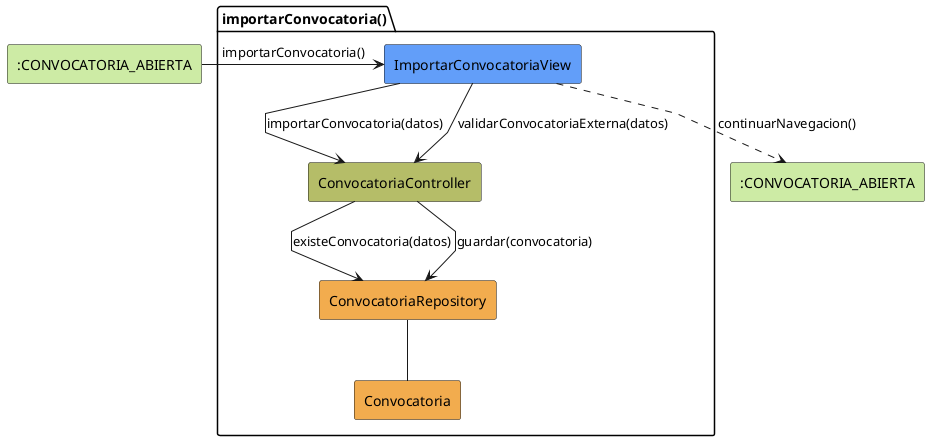
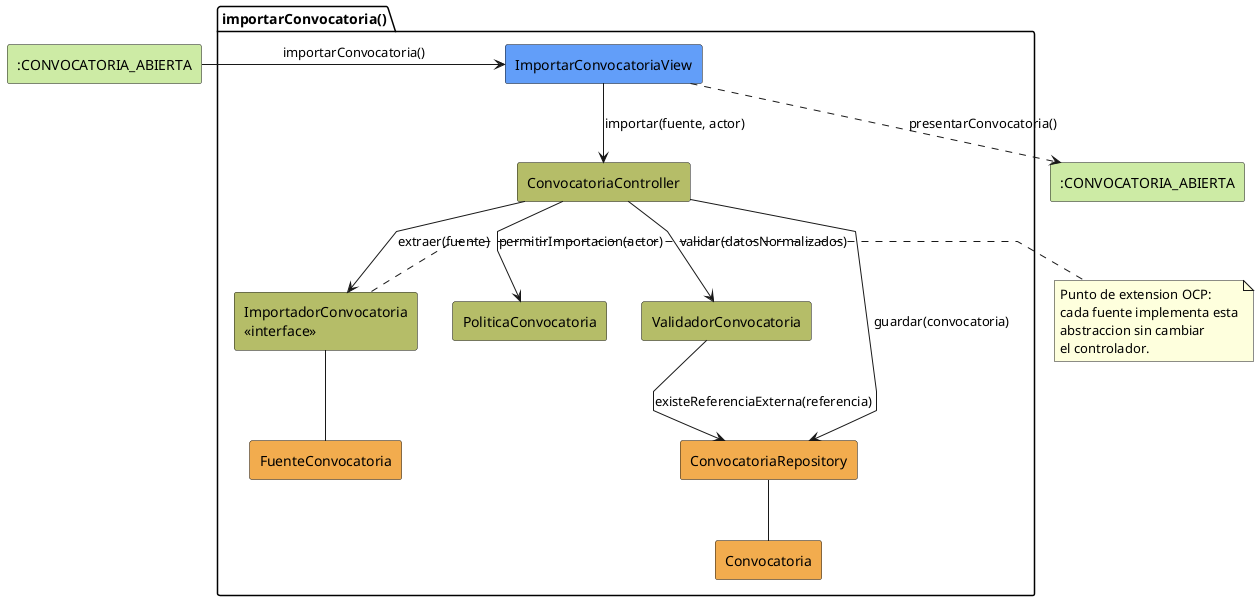
@startuml importarConvocatoria-analisis
skinparam linetype polyline

- rectangle #CDEBA5 ":CONVOCATORIA_ABIERTA" as EstadoEntrada
+ rectangle #CDEBA5 ":CONVOCATORIA_ABIERTA" as Entrada
package importarConvocatoria as "importarConvocatoria()" {
    rectangle #629EF9 ImportarConvocatoriaView
    rectangle #b5bd68 ConvocatoriaController
+     rectangle #b5bd68 PoliticaConvocatoria
+     rectangle #b5bd68 "ImportadorConvocatoria\n<<interface>>" as Importador
+     rectangle #b5bd68 ValidadorConvocatoria
    rectangle #F2AC4E ConvocatoriaRepository
+     rectangle #F2AC4E FuenteConvocatoria
    rectangle #F2AC4E Convocatoria
}
+ rectangle #CDEBA5 ":CONVOCATORIA_ABIERTA" as Salida

- rectangle #CDEBA5 ":CONVOCATORIA_ABIERTA" as EstadoSalida
- 
- 
- EstadoEntrada -r-> ImportarConvocatoriaView: importarConvocatoria()
- 
- ImportarConvocatoriaView -d-> ConvocatoriaController: importarConvocatoria(datos)
- ImportarConvocatoriaView --> ConvocatoriaController: validarConvocatoriaExterna(datos)
- ConvocatoriaController --> ConvocatoriaRepository: existeConvocatoria(datos)
+ Entrada -r-> ImportarConvocatoriaView: importarConvocatoria()
+ ImportarConvocatoriaView -d-> ConvocatoriaController: importar(fuente, actor)
+ ConvocatoriaController --> PoliticaConvocatoria: permitirImportacion(actor)
+ ConvocatoriaController --> Importador: extraer(fuente)
+ Importador -- FuenteConvocatoria
+ ConvocatoriaController --> ValidadorConvocatoria: validar(datosNormalizados)
+ ValidadorConvocatoria --> ConvocatoriaRepository: existeReferenciaExterna(referencia)
ConvocatoriaController --> ConvocatoriaRepository: guardar(convocatoria)
ConvocatoriaRepository -- Convocatoria
- ImportarConvocatoriaView ..> EstadoSalida: continuarNavegacion()
+ ImportarConvocatoriaView ..> Salida: presentarConvocatoria()

- 
+ note right of Importador
+ Punto de extension OCP:
+ cada fuente implementa esta
+ abstraccion sin cambiar
+ el controlador.
+ end note
@enduml
